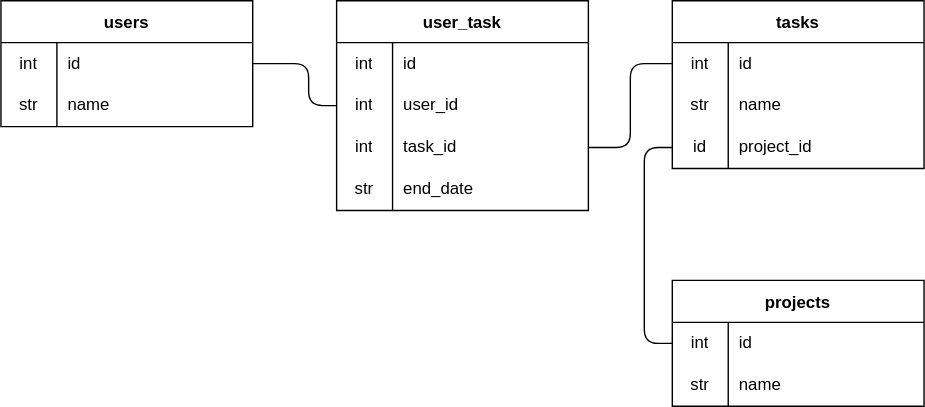
This is dbdiagram.svg from irakush/kanban-board, a draw.io export, as it was before one commit. Source tidied: cells renumbered, new cells last; positions are measured from the earlier drawing's top-left corner, leaving out a move shared by most shapes. Source of this version:
```xml
<mxGraphModel>
  <root>
    <mxCell id="0" />
    <mxCell id="1" parent="0" />
    <mxCell id="2" value="users" style="shape=table;startSize=30;rowLines=0;fontStyle=1;" parent="1" vertex="1">
      <mxGeometry width="180" height="90" as="geometry" />
    </mxCell>
    <mxCell id="3" style="shape=tableRow;horizontal=0;startSize=0;swimlaneHead=0;swimlaneBody=0;top=0;left=0;bottom=0;right=0;fillColor=none;points=[[0,0.5],[1,0.5]];portConstraint=eastwest;" parent="2" vertex="1">
      <mxGeometry y="30" width="180" height="30" as="geometry" />
    </mxCell>
    <mxCell id="4" value="int" style="shape=partialRectangle;html=1;whiteSpace=wrap;fillColor=none;top=0;left=0;bottom=0;right=0;overflow=hidden;" parent="3" vertex="1">
      <mxGeometry width="40" height="30" as="geometry" />
    </mxCell>
    <mxCell id="5" value="id" style="shape=partialRectangle;html=1;whiteSpace=wrap;fillColor=none;top=0;left=0;bottom=0;right=0;align=left;spacingLeft=6;overflow=hidden;" parent="3" vertex="1">
      <mxGeometry x="40" width="140" height="30" as="geometry" />
    </mxCell>
    <mxCell id="6" style="shape=tableRow;horizontal=0;startSize=0;swimlaneHead=0;swimlaneBody=0;top=0;left=0;bottom=0;right=0;fillColor=none;" parent="2" vertex="1">
      <mxGeometry y="60" width="180" height="30" as="geometry" />
    </mxCell>
    <mxCell id="7" value="str" style="shape=partialRectangle;html=1;whiteSpace=wrap;fillColor=none;top=0;left=0;bottom=0;right=0;overflow=hidden;" parent="6" vertex="1">
      <mxGeometry width="40" height="30" as="geometry" />
    </mxCell>
    <mxCell id="8" value="name" style="shape=partialRectangle;html=1;whiteSpace=wrap;fillColor=none;top=0;left=0;bottom=0;right=0;align=left;spacingLeft=6;overflow=hidden;" parent="6" vertex="1">
      <mxGeometry x="40" width="140" height="30" as="geometry" />
    </mxCell>
    <mxCell id="9" value="tasks" style="shape=table;startSize=30;rowLines=0;fontStyle=1;" parent="1" vertex="1">
      <mxGeometry x="480" width="180" height="120" as="geometry" />
    </mxCell>
    <mxCell id="10" style="shape=tableRow;horizontal=0;startSize=0;swimlaneHead=0;swimlaneBody=0;top=0;left=0;bottom=0;right=0;fillColor=none;points=[[0,0.5],[1,0.5]];portConstraint=eastwest;" parent="9" vertex="1">
      <mxGeometry y="30" width="180" height="30" as="geometry" />
    </mxCell>
    <mxCell id="11" value="int" style="shape=partialRectangle;html=1;whiteSpace=wrap;fillColor=none;top=0;left=0;bottom=0;right=0;overflow=hidden;" parent="10" vertex="1">
      <mxGeometry width="40" height="30" as="geometry" />
    </mxCell>
    <mxCell id="12" value="id" style="shape=partialRectangle;html=1;whiteSpace=wrap;fillColor=none;top=0;left=0;bottom=0;right=0;align=left;spacingLeft=6;overflow=hidden;" parent="10" vertex="1">
      <mxGeometry x="40" width="140" height="30" as="geometry" />
    </mxCell>
    <mxCell id="13" style="shape=tableRow;horizontal=0;startSize=0;swimlaneHead=0;swimlaneBody=0;top=0;left=0;bottom=0;right=0;fillColor=none;" parent="9" vertex="1">
      <mxGeometry y="60" width="180" height="30" as="geometry" />
    </mxCell>
    <mxCell id="14" value="str" style="shape=partialRectangle;html=1;whiteSpace=wrap;fillColor=none;top=0;left=0;bottom=0;right=0;overflow=hidden;" parent="13" vertex="1">
      <mxGeometry width="40" height="30" as="geometry" />
    </mxCell>
    <mxCell id="15" value="name" style="shape=partialRectangle;html=1;whiteSpace=wrap;fillColor=none;top=0;left=0;bottom=0;right=0;align=left;spacingLeft=6;overflow=hidden;" parent="13" vertex="1">
      <mxGeometry x="40" width="140" height="30" as="geometry" />
    </mxCell>
    <mxCell id="16" style="shape=tableRow;horizontal=0;startSize=0;swimlaneHead=0;swimlaneBody=0;top=0;left=0;bottom=0;right=0;fillColor=none;points=[[0,0.5],[1,0.5]];portConstraint=eastwest;" parent="9" vertex="1">
      <mxGeometry y="90" width="180" height="30" as="geometry" />
    </mxCell>
    <mxCell id="17" value="id" style="shape=partialRectangle;html=1;whiteSpace=wrap;fillColor=none;top=0;left=0;bottom=0;right=0;overflow=hidden;" parent="16" vertex="1">
      <mxGeometry width="40" height="30" as="geometry" />
    </mxCell>
    <mxCell id="18" value="project_id" style="shape=partialRectangle;html=1;whiteSpace=wrap;fillColor=none;top=0;left=0;bottom=0;right=0;align=left;spacingLeft=6;overflow=hidden;" parent="16" vertex="1">
      <mxGeometry x="40" width="140" height="30" as="geometry" />
    </mxCell>
    <mxCell id="19" value="user_task" style="shape=table;startSize=30;rowLines=0;fontStyle=1;" parent="1" vertex="1">
      <mxGeometry x="240" width="180" height="150" as="geometry" />
    </mxCell>
    <mxCell id="20" style="shape=tableRow;horizontal=0;startSize=0;swimlaneHead=0;swimlaneBody=0;top=0;left=0;bottom=0;right=0;fillColor=none;" parent="19" vertex="1">
      <mxGeometry y="30" width="180" height="30" as="geometry" />
    </mxCell>
    <mxCell id="21" value="int" style="shape=partialRectangle;html=1;whiteSpace=wrap;fillColor=none;top=0;left=0;bottom=0;right=0;overflow=hidden;" parent="20" vertex="1">
      <mxGeometry width="40" height="30" as="geometry" />
    </mxCell>
    <mxCell id="22" value="id" style="shape=partialRectangle;html=1;whiteSpace=wrap;fillColor=none;top=0;left=0;bottom=0;right=0;align=left;spacingLeft=6;overflow=hidden;" parent="20" vertex="1">
      <mxGeometry x="40" width="140" height="30" as="geometry" />
    </mxCell>
    <mxCell id="23" style="shape=tableRow;horizontal=0;startSize=0;swimlaneHead=0;swimlaneBody=0;top=0;left=0;bottom=0;right=0;fillColor=none;points=[[0,0.5],[1,0.5]];portConstraint=eastwest;" parent="19" vertex="1">
      <mxGeometry y="60" width="180" height="30" as="geometry" />
    </mxCell>
    <mxCell id="24" value="int" style="shape=partialRectangle;html=1;whiteSpace=wrap;fillColor=none;top=0;left=0;bottom=0;right=0;overflow=hidden;" parent="23" vertex="1">
      <mxGeometry width="40" height="30" as="geometry" />
    </mxCell>
    <mxCell id="25" value="user_id" style="shape=partialRectangle;html=1;whiteSpace=wrap;fillColor=none;top=0;left=0;bottom=0;right=0;align=left;spacingLeft=6;overflow=hidden;" parent="23" vertex="1">
      <mxGeometry x="40" width="140" height="30" as="geometry" />
    </mxCell>
    <mxCell id="26" style="shape=tableRow;horizontal=0;startSize=0;swimlaneHead=0;swimlaneBody=0;top=0;left=0;bottom=0;right=0;fillColor=none;points=[[0,0.5],[1,0.5]];portConstraint=eastwest;" parent="19" vertex="1">
      <mxGeometry y="90" width="180" height="30" as="geometry" />
    </mxCell>
    <mxCell id="27" value="int" style="shape=partialRectangle;html=1;whiteSpace=wrap;fillColor=none;top=0;left=0;bottom=0;right=0;overflow=hidden;" parent="26" vertex="1">
      <mxGeometry width="40" height="30" as="geometry" />
    </mxCell>
    <mxCell id="28" value="task_id" style="shape=partialRectangle;html=1;whiteSpace=wrap;fillColor=none;top=0;left=0;bottom=0;right=0;align=left;spacingLeft=6;overflow=hidden;" parent="26" vertex="1">
      <mxGeometry x="40" width="140" height="30" as="geometry" />
    </mxCell>
    <mxCell id="29" style="shape=tableRow;horizontal=0;startSize=0;swimlaneHead=0;swimlaneBody=0;top=0;left=0;bottom=0;right=0;fillColor=none;" parent="19" vertex="1">
      <mxGeometry y="120" width="180" height="30" as="geometry" />
    </mxCell>
    <mxCell id="30" value="str" style="shape=partialRectangle;html=1;whiteSpace=wrap;fillColor=none;top=0;left=0;bottom=0;right=0;overflow=hidden;" parent="29" vertex="1">
      <mxGeometry width="40" height="30" as="geometry" />
    </mxCell>
    <mxCell id="31" value="end_date" style="shape=partialRectangle;html=1;whiteSpace=wrap;fillColor=none;top=0;left=0;bottom=0;right=0;align=left;spacingLeft=6;overflow=hidden;" parent="29" vertex="1">
      <mxGeometry x="40" width="140" height="30" as="geometry" />
    </mxCell>
    <mxCell id="32" value="projects" style="shape=table;startSize=30;rowLines=0;fontStyle=1;" parent="1" vertex="1">
      <mxGeometry x="480" y="200" width="180" height="90" as="geometry" />
    </mxCell>
    <mxCell id="33" style="shape=tableRow;horizontal=0;startSize=0;swimlaneHead=0;swimlaneBody=0;top=0;left=0;bottom=0;right=0;fillColor=none;points=[[0,0.5],[1,0.5]];portConstraint=eastwest;" parent="32" vertex="1">
      <mxGeometry y="30" width="180" height="30" as="geometry" />
    </mxCell>
    <mxCell id="34" value="int" style="shape=partialRectangle;html=1;whiteSpace=wrap;fillColor=none;top=0;left=0;bottom=0;right=0;overflow=hidden;" parent="33" vertex="1">
      <mxGeometry width="40" height="30" as="geometry" />
    </mxCell>
    <mxCell id="35" value="id" style="shape=partialRectangle;html=1;whiteSpace=wrap;fillColor=none;top=0;left=0;bottom=0;right=0;align=left;spacingLeft=6;overflow=hidden;" parent="33" vertex="1">
      <mxGeometry x="40" width="140" height="30" as="geometry" />
    </mxCell>
    <mxCell id="36" style="shape=tableRow;horizontal=0;startSize=0;swimlaneHead=0;swimlaneBody=0;top=0;left=0;bottom=0;right=0;fillColor=none;" parent="32" vertex="1">
      <mxGeometry y="60" width="180" height="30" as="geometry" />
    </mxCell>
    <mxCell id="37" value="str" style="shape=partialRectangle;html=1;whiteSpace=wrap;fillColor=none;top=0;left=0;bottom=0;right=0;overflow=hidden;" parent="36" vertex="1">
      <mxGeometry width="40" height="30" as="geometry" />
    </mxCell>
    <mxCell id="38" value="name" style="shape=partialRectangle;html=1;whiteSpace=wrap;fillColor=none;top=0;left=0;bottom=0;right=0;align=left;spacingLeft=6;overflow=hidden;" parent="36" vertex="1">
      <mxGeometry x="40" width="140" height="30" as="geometry" />
    </mxCell>
    <mxCell id="39" style="edgeStyle=none;html=1;exitX=1;exitY=0.5;exitDx=0;exitDy=0;entryX=0;entryY=0.5;entryDx=0;entryDy=0;endArrow=none;endFill=0;" parent="1" edge="1" source="3" target="23">
      <mxGeometry relative="1" as="geometry">
        <Array as="points">
          <mxPoint x="220" y="45" />
          <mxPoint x="220" y="75" />
        </Array>
      </mxGeometry>
    </mxCell>
    <mxCell id="40" style="edgeStyle=none;html=1;exitX=0;exitY=0.5;exitDx=0;exitDy=0;entryX=1;entryY=0.5;entryDx=0;entryDy=0;endArrow=none;endFill=0;" parent="1" edge="1" source="10" target="26">
      <mxGeometry relative="1" as="geometry">
        <Array as="points">
          <mxPoint x="450" y="45" />
          <mxPoint x="450" y="105" />
        </Array>
      </mxGeometry>
    </mxCell>
    <mxCell id="41" style="edgeStyle=none;html=1;exitX=0;exitY=0.5;exitDx=0;exitDy=0;entryX=0;entryY=0.5;entryDx=0;entryDy=0;endArrow=none;endFill=0;" parent="1" edge="1" source="33" target="16">
      <mxGeometry relative="1" as="geometry">
        <Array as="points">
          <mxPoint x="460" y="245" />
          <mxPoint x="460" y="180" />
          <mxPoint x="460" y="105" />
        </Array>
      </mxGeometry>
    </mxCell>
  </root>
</mxGraphModel>
```
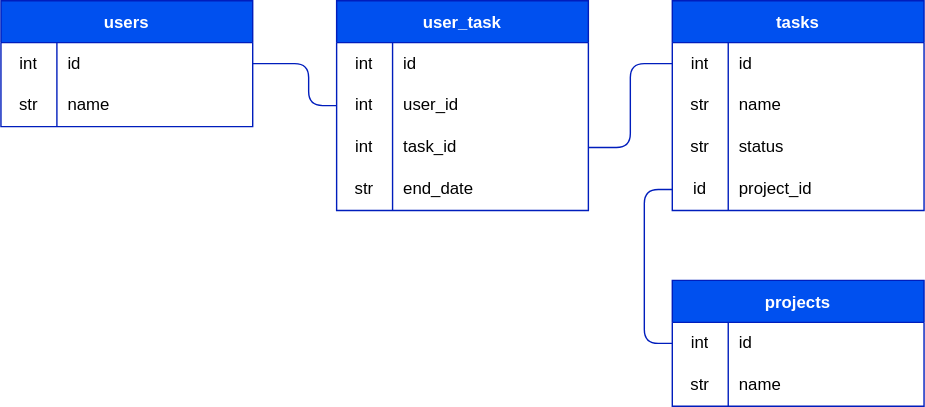
The same file after the commit.

Diff of the diagram source:
```diff
@@ -2,7 +2,7 @@
   <root>
     <mxCell id="0" />
     <mxCell id="1" parent="0" />
-    <mxCell id="2" value="users" style="shape=table;startSize=30;rowLines=0;fontStyle=1;" parent="1" vertex="1">
+    <mxCell id="2" value="users" style="shape=table;startSize=30;rowLines=0;fontStyle=1;fillColor=#0050ef;fontColor=#ffffff;strokeColor=#001DBC;" parent="1" vertex="1">
       <mxGeometry width="180" height="90" as="geometry" />
     </mxCell>
     <mxCell id="3" style="shape=tableRow;horizontal=0;startSize=0;swimlaneHead=0;swimlaneBody=0;top=0;left=0;bottom=0;right=0;fillColor=none;points=[[0,0.5],[1,0.5]];portConstraint=eastwest;" parent="2" vertex="1">
@@ -23,8 +23,8 @@
     <mxCell id="8" value="name" style="shape=partialRectangle;html=1;whiteSpace=wrap;fillColor=none;top=0;left=0;bottom=0;right=0;align=left;spacingLeft=6;overflow=hidden;" parent="6" vertex="1">
       <mxGeometry x="40" width="140" height="30" as="geometry" />
     </mxCell>
-    <mxCell id="9" value="tasks" style="shape=table;startSize=30;rowLines=0;fontStyle=1;" parent="1" vertex="1">
-      <mxGeometry x="480" width="180" height="120" as="geometry" />
+    <mxCell id="9" value="tasks" style="shape=table;startSize=30;rowLines=0;fontStyle=1;fillColor=#0050ef;fontColor=#ffffff;strokeColor=#001DBC;" parent="1" vertex="1">
+      <mxGeometry x="480" width="180" height="150" as="geometry" />
     </mxCell>
     <mxCell id="10" style="shape=tableRow;horizontal=0;startSize=0;swimlaneHead=0;swimlaneBody=0;top=0;left=0;bottom=0;right=0;fillColor=none;points=[[0,0.5],[1,0.5]];portConstraint=eastwest;" parent="9" vertex="1">
       <mxGeometry y="30" width="180" height="30" as="geometry" />
@@ -44,8 +44,17 @@
     <mxCell id="15" value="name" style="shape=partialRectangle;html=1;whiteSpace=wrap;fillColor=none;top=0;left=0;bottom=0;right=0;align=left;spacingLeft=6;overflow=hidden;" parent="13" vertex="1">
       <mxGeometry x="40" width="140" height="30" as="geometry" />
     </mxCell>
+    <mxCell id="42" style="shape=tableRow;horizontal=0;startSize=0;swimlaneHead=0;swimlaneBody=0;top=0;left=0;bottom=0;right=0;fillColor=none;" parent="9" vertex="1">
+      <mxGeometry y="90" width="180" height="30" as="geometry" />
+    </mxCell>
+    <mxCell id="43" value="str" style="shape=partialRectangle;html=1;whiteSpace=wrap;fillColor=none;top=0;left=0;bottom=0;right=0;overflow=hidden;" parent="42" vertex="1">
+      <mxGeometry width="40" height="30" as="geometry" />
+    </mxCell>
+    <mxCell id="44" value="status" style="shape=partialRectangle;html=1;whiteSpace=wrap;fillColor=none;top=0;left=0;bottom=0;right=0;align=left;spacingLeft=6;overflow=hidden;" parent="42" vertex="1">
+      <mxGeometry x="40" width="140" height="30" as="geometry" />
+    </mxCell>
     <mxCell id="16" style="shape=tableRow;horizontal=0;startSize=0;swimlaneHead=0;swimlaneBody=0;top=0;left=0;bottom=0;right=0;fillColor=none;points=[[0,0.5],[1,0.5]];portConstraint=eastwest;" parent="9" vertex="1">
-      <mxGeometry y="90" width="180" height="30" as="geometry" />
+      <mxGeometry y="120" width="180" height="30" as="geometry" />
     </mxCell>
     <mxCell id="17" value="id" style="shape=partialRectangle;html=1;whiteSpace=wrap;fillColor=none;top=0;left=0;bottom=0;right=0;overflow=hidden;" parent="16" vertex="1">
       <mxGeometry width="40" height="30" as="geometry" />
@@ -53,7 +62,7 @@
     <mxCell id="18" value="project_id" style="shape=partialRectangle;html=1;whiteSpace=wrap;fillColor=none;top=0;left=0;bottom=0;right=0;align=left;spacingLeft=6;overflow=hidden;" parent="16" vertex="1">
       <mxGeometry x="40" width="140" height="30" as="geometry" />
     </mxCell>
-    <mxCell id="19" value="user_task" style="shape=table;startSize=30;rowLines=0;fontStyle=1;" parent="1" vertex="1">
+    <mxCell id="19" value="user_task" style="shape=table;startSize=30;rowLines=0;fontStyle=1;fillColor=#0050ef;fontColor=#ffffff;strokeColor=#001DBC;" parent="1" vertex="1">
       <mxGeometry x="240" width="180" height="150" as="geometry" />
     </mxCell>
     <mxCell id="20" style="shape=tableRow;horizontal=0;startSize=0;swimlaneHead=0;swimlaneBody=0;top=0;left=0;bottom=0;right=0;fillColor=none;" parent="19" vertex="1">
@@ -92,7 +101,7 @@
     <mxCell id="31" value="end_date" style="shape=partialRectangle;html=1;whiteSpace=wrap;fillColor=none;top=0;left=0;bottom=0;right=0;align=left;spacingLeft=6;overflow=hidden;" parent="29" vertex="1">
       <mxGeometry x="40" width="140" height="30" as="geometry" />
     </mxCell>
-    <mxCell id="32" value="projects" style="shape=table;startSize=30;rowLines=0;fontStyle=1;" parent="1" vertex="1">
+    <mxCell id="32" value="projects" style="shape=table;startSize=30;rowLines=0;fontStyle=1;fillColor=#0050ef;fontColor=#ffffff;strokeColor=#001DBC;" parent="1" vertex="1">
       <mxGeometry x="480" y="200" width="180" height="90" as="geometry" />
     </mxCell>
     <mxCell id="33" style="shape=tableRow;horizontal=0;startSize=0;swimlaneHead=0;swimlaneBody=0;top=0;left=0;bottom=0;right=0;fillColor=none;points=[[0,0.5],[1,0.5]];portConstraint=eastwest;" parent="32" vertex="1">
@@ -113,7 +122,7 @@
     <mxCell id="38" value="name" style="shape=partialRectangle;html=1;whiteSpace=wrap;fillColor=none;top=0;left=0;bottom=0;right=0;align=left;spacingLeft=6;overflow=hidden;" parent="36" vertex="1">
       <mxGeometry x="40" width="140" height="30" as="geometry" />
     </mxCell>
-    <mxCell id="39" style="edgeStyle=none;html=1;exitX=1;exitY=0.5;exitDx=0;exitDy=0;entryX=0;entryY=0.5;entryDx=0;entryDy=0;endArrow=none;endFill=0;" parent="1" edge="1" source="3" target="23">
+    <mxCell id="39" style="edgeStyle=none;html=1;exitX=1;exitY=0.5;exitDx=0;exitDy=0;entryX=0;entryY=0.5;entryDx=0;entryDy=0;endArrow=none;endFill=0;fillColor=#0050ef;strokeColor=#001DBC;" parent="1" edge="1" source="3" target="23">
       <mxGeometry relative="1" as="geometry">
         <Array as="points">
           <mxPoint x="220" y="45" />
@@ -121,7 +130,7 @@
         </Array>
       </mxGeometry>
     </mxCell>
-    <mxCell id="40" style="edgeStyle=none;html=1;exitX=0;exitY=0.5;exitDx=0;exitDy=0;entryX=1;entryY=0.5;entryDx=0;entryDy=0;endArrow=none;endFill=0;" parent="1" edge="1" source="10" target="26">
+    <mxCell id="40" style="edgeStyle=none;html=1;exitX=0;exitY=0.5;exitDx=0;exitDy=0;entryX=1;entryY=0.5;entryDx=0;entryDy=0;endArrow=none;endFill=0;fillColor=#0050ef;strokeColor=#001DBC;" parent="1" edge="1" source="10" target="26">
       <mxGeometry relative="1" as="geometry">
         <Array as="points">
           <mxPoint x="450" y="45" />
@@ -129,12 +138,12 @@
         </Array>
       </mxGeometry>
     </mxCell>
-    <mxCell id="41" style="edgeStyle=none;html=1;exitX=0;exitY=0.5;exitDx=0;exitDy=0;entryX=0;entryY=0.5;entryDx=0;entryDy=0;endArrow=none;endFill=0;" parent="1" edge="1" source="33" target="16">
+    <mxCell id="41" style="edgeStyle=none;html=1;exitX=0;exitY=0.5;exitDx=0;exitDy=0;entryX=0;entryY=0.5;entryDx=0;entryDy=0;endArrow=none;endFill=0;fillColor=#0050ef;strokeColor=#001DBC;" parent="1" edge="1" source="33" target="16">
       <mxGeometry relative="1" as="geometry">
         <Array as="points">
           <mxPoint x="460" y="245" />
           <mxPoint x="460" y="180" />
-          <mxPoint x="460" y="105" />
+          <mxPoint x="460" y="135" />
         </Array>
       </mxGeometry>
     </mxCell>
```
